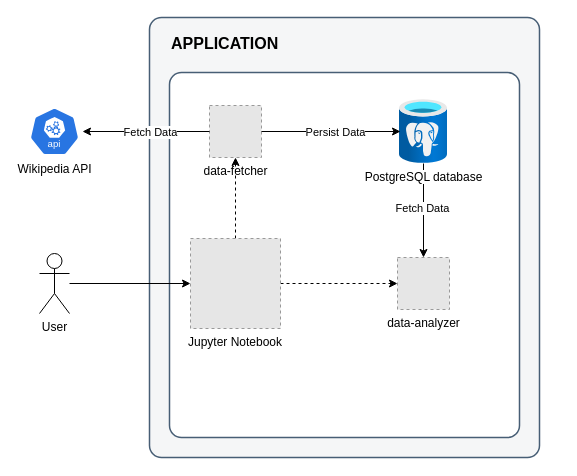
The draw.io diagram docs/system-architecture/system-architecture.drawio in fadysawan/museum-attendance, before the edit. Source tidied: cells renumbered, new cells numbered last; positions are measured from the earlier drawing's top-left corner, leaving out a move shared by most shapes. Both pictures are drawn from the tidied source at 100%, with x=0, y=0 at pixel (29, 17). Pictures stored in the file or linked from it are replaced by grey dashed boxes.
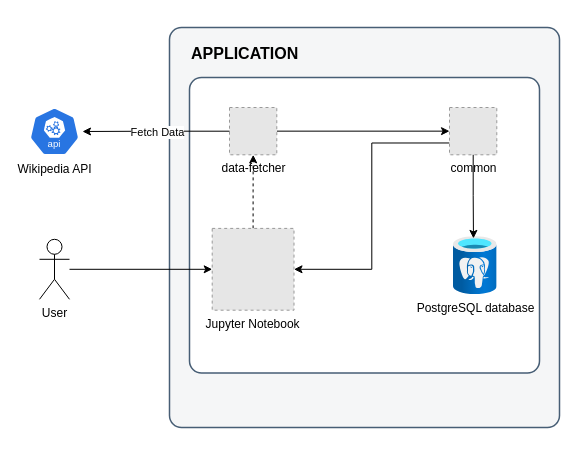
The same diagram, later.

What changed in the source:
```diff
@@
 <mxGraphModel>
   <root>
     <mxCell id="0" />
     <mxCell id="1" parent="0" />
     <mxCell id="2" value="Wikipedia API" style="sketch=0;html=1;dashed=0;whitespace=wrap;verticalLabelPosition=bottom;verticalAlign=top;fillColor=#2875E2;strokeColor=#ffffff;points=[[0.005,0.63,0],[0.1,0.2,0],[0.9,0.2,0],[0.5,0,0],[0.995,0.63,0],[0.72,0.99,0],[0.5,1,0],[0.28,0.99,0]];shape=mxgraph.kubernetes.icon2;kubernetesLabel=1;prIcon=api;" parent="1" vertex="1">
       <mxGeometry y="90" width="50" height="48" as="geometry" />
     </mxCell>
     <mxCell id="3" value="APPLICATION" style="rounded=1;whiteSpace=wrap;html=1;strokeColor=#475E75;fillColor=#F5F6F7;arcSize=24;absoluteArcSize=1;imageWidth=64;imageHeight=64;strokeWidth=1.5;verticalAlign=top;align=left;fontSize=16;fontStyle=1;spacingTop=10;spacingLeft=20;" parent="1" vertex="1">
-      <mxGeometry x="120" width="390" height="440" as="geometry" />
+      <mxGeometry x="140" y="10" width="390" height="400" as="geometry" />
     </mxCell>
     <mxCell id="4" style="rounded=1;whiteSpace=wrap;html=1;strokeColor=#475E75;fillColor=#ffffff;arcSize=24;absoluteArcSize=1;imageWidth=64;imageHeight=64;strokeWidth=1.5;" parent="3" vertex="1">
-      <mxGeometry x="20" y="55" width="350" height="365" as="geometry" />
+      <mxGeometry x="20" y="50" width="350" height="295.5" as="geometry" />
     </mxCell>
+    <mxCell id="19" style="edgeStyle=orthogonalEdgeStyle;rounded=0;jettySize=auto;html=1;" parent="3" edge="1" source="5" target="21">
+      <mxGeometry relative="1" as="geometry" />
+    </mxCell>
     <mxCell id="5" value="data-fetcher" style="fillColor=#E6E6E6;strokeColor=#999999;dashed=1;html=1;verticalAlign=top;verticalLabelPosition=bottom;labelBackgroundColor=#ffffff;" parent="3" vertex="1">
-      <mxGeometry x="60" y="88" width="52" height="52" as="geometry" />
+      <mxGeometry x="60" y="80" width="47.3" height="47.3" as="geometry" />
     </mxCell>
-    <mxCell id="6" style="edgeStyle=orthogonalEdgeStyle;rounded=0;jettySize=auto;html=1;" parent="3" edge="1" source="8" target="11">
-      <mxGeometry relative="1" as="geometry" />
-    </mxCell>
-    <mxCell id="7" value="Fetch Data" style="edgeLabel;html=1;align=center;verticalAlign=middle;" parent="6" vertex="1">
-      <mxGeometry x="-0.06" y="-2" relative="1" as="geometry" />
-    </mxCell>
     <mxCell id="8" value="PostgreSQL database" style="image;html=1;points=[];align=center;fontSize=12;image=img/lib/azure2/databases/Azure_Database_PostgreSQL_Server.svg;" parent="3" vertex="1">
-      <mxGeometry x="250" y="82" width="48" height="64" as="geometry" />
+      <mxGeometry x="284" y="209.1" width="43.6" height="58.2" as="geometry" />
     </mxCell>
-    <mxCell id="9" style="edgeStyle=orthogonalEdgeStyle;rounded=0;jettySize=auto;html=1;entryX=0.021;entryY=0.5;entryDx=0;entryDy=0;entryPerimeter=0;" parent="3" edge="1" source="5" target="8">
-      <mxGeometry relative="1" as="geometry" />
-    </mxCell>
-    <mxCell id="10" value="Persist Data" style="edgeLabel;html=1;align=center;verticalAlign=middle;" parent="9" vertex="1">
-      <mxGeometry x="0.05" relative="1" as="geometry" />
-    </mxCell>
-    <mxCell id="11" value="data-analyzer" style="fillColor=#E6E6E6;strokeColor=#999999;dashed=1;html=1;verticalAlign=top;verticalLabelPosition=bottom;labelBackgroundColor=#ffffff;" parent="3" vertex="1">
-      <mxGeometry x="248" y="240" width="52" height="52" as="geometry" />
-    </mxCell>
-    <mxCell id="12" style="edgeStyle=orthogonalEdgeStyle;rounded=0;jettySize=auto;html=1;entryX=0;entryY=0.5;entryDx=0;entryDy=0;dashed=1;" parent="3" edge="1" source="14" target="11">
-      <mxGeometry relative="1" as="geometry" />
-    </mxCell>
     <mxCell id="13" style="edgeStyle=orthogonalEdgeStyle;rounded=0;jettySize=auto;html=1;dashed=1;" parent="3" edge="1" source="14" target="5">
       <mxGeometry relative="1" as="geometry" />
     </mxCell>
+    <mxCell id="20" style="edgeStyle=orthogonalEdgeStyle;rounded=0;jettySize=auto;html=1;entryX=0;entryY=0.75;entryDx=0;entryDy=0;startArrow=classic;startFill=1;endArrow=none;endFill=0;" parent="3" edge="1" source="14" target="21">
+      <mxGeometry relative="1" as="geometry" />
+    </mxCell>
     <mxCell id="14" value="Jupyter Notebook" style="fillColor=#E6E6E6;strokeColor=#999999;dashed=1;verticalLabelPosition=bottom;labelBackgroundColor=default;verticalAlign=top;" parent="3" vertex="1">
-      <mxGeometry x="41" y="221" width="90" height="90" as="geometry" />
+      <mxGeometry x="42.7" y="200.9" width="81.8" height="81.8" as="geometry" />
     </mxCell>
+    <mxCell id="21" value="common" style="fillColor=#E6E6E6;strokeColor=#999999;dashed=1;html=1;verticalAlign=top;verticalLabelPosition=bottom;labelBackgroundColor=#ffffff;" parent="3" vertex="1">
+      <mxGeometry x="280" y="80" width="47.3" height="47.3" as="geometry" />
+    </mxCell>
+    <mxCell id="22" style="edgeStyle=orthogonalEdgeStyle;rounded=0;jettySize=auto;html=1;entryX=0.458;entryY=0.031;entryDx=0;entryDy=0;entryPerimeter=0;" parent="3" edge="1" source="21" target="8">
+      <mxGeometry relative="1" as="geometry" />
+    </mxCell>
     <mxCell id="15" style="edgeStyle=orthogonalEdgeStyle;rounded=0;jettySize=auto;html=1;entryX=1.06;entryY=0.5;entryDx=0;entryDy=0;entryPerimeter=0;" parent="1" edge="1" source="5" target="2">
       <mxGeometry relative="1" as="geometry" />
     </mxCell>
     <mxCell id="16" value="Fetch Data" style="edgeLabel;html=1;align=center;verticalAlign=middle;" parent="15" vertex="1">
       <mxGeometry x="0.31" y="1" relative="1" as="geometry">
         <mxPoint x="23" y="-1" as="offset" />
       </mxGeometry>
     </mxCell>
     <mxCell id="17" style="edgeStyle=orthogonalEdgeStyle;rounded=0;jettySize=auto;html=1;" parent="1" edge="1" source="18" target="14">
       <mxGeometry relative="1" as="geometry" />
     </mxCell>
     <mxCell id="18" value="User" style="shape=umlActor;verticalLabelPosition=bottom;verticalAlign=top;html=1;outlineConnect=0;" parent="1" vertex="1">
-      <mxGeometry x="10" y="236" width="30" height="60" as="geometry" />
+      <mxGeometry x="10" y="221.8" width="30" height="60" as="geometry" />
     </mxCell>
   </root>
 </mxGraphModel>
```
